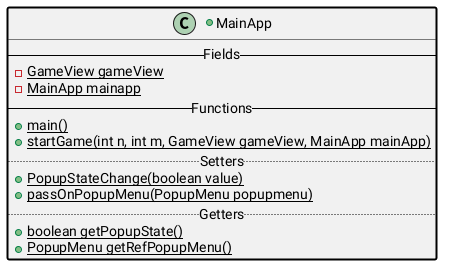
Above: src/main/ClassDiagram/MainAppDiagram.png in CamerJunker/Snake (PlantUML), before the change.
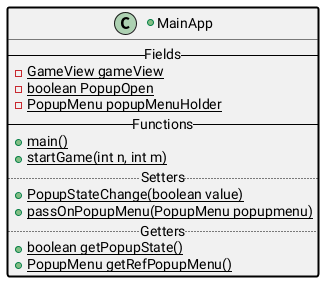
Above is the later version.

What changed in the source:
```diff
@@ -2,10 +2,11 @@
 +class MainApp ##[bold]black{
     -- Fields --
     -{static}GameView gameView
-    -{static}MainApp mainapp
+    -{static}boolean PopupOpen
+    -{static}PopupMenu popupMenuHolder
     -- Functions --
     +{static}main()
-    +{static}startGame(int n, int m, GameView gameView, MainApp mainApp)
+    +{static}startGame(int n, int m)
     .. Setters ..
     +{static}PopupStateChange(boolean value)
     +{static}passOnPopupMenu(PopupMenu popupmenu)
```
